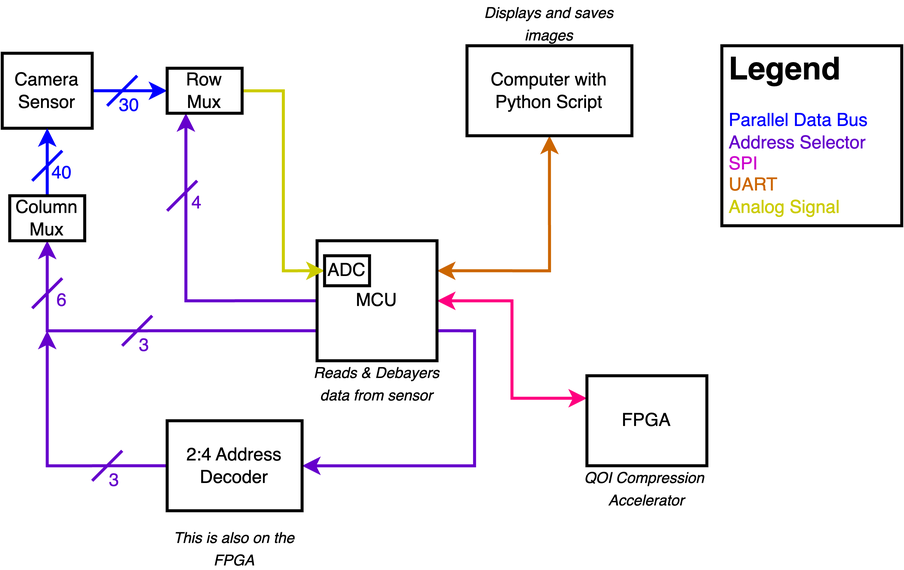
This is docs/assets/diagrams/system.png from kavidey/NeoObscura, a draw.io export, as it was before one commit. Source tidied: cells renumbered, new cells last; positions are measured from the earlier drawing's top-left corner, leaving out a move shared by most shapes. Its diagram source:
```xml
<mxGraphModel>
  <root>
    <mxCell id="0" />
    <mxCell id="1" parent="0" />
    <mxCell id="2" value="4" style="text;html=1;strokeColor=none;fillColor=none;align=center;verticalAlign=middle;whiteSpace=wrap;rounded=0;fontColor=#6600cc;" parent="1" vertex="1">
      <mxGeometry x="100" y="110" width="60" height="50" as="geometry" />
    </mxCell>
    <mxCell id="3" style="edgeStyle=orthogonalEdgeStyle;rounded=0;jettySize=auto;html=1;entryX=0.5;entryY=1;entryDx=0;entryDy=0;exitX=0;exitY=0.75;exitDx=0;exitDy=0;strokeWidth=2;strokeColor=#6600CC;" parent="1" edge="1" source="8" target="14">
      <mxGeometry relative="1" as="geometry" />
    </mxCell>
    <mxCell id="4" style="edgeStyle=orthogonalEdgeStyle;rounded=0;jettySize=auto;html=1;entryX=0.25;entryY=1;entryDx=0;entryDy=0;exitX=0;exitY=0.5;exitDx=0;exitDy=0;strokeWidth=2;strokeColor=#6600CC;" parent="1" edge="1" source="8" target="12">
      <mxGeometry relative="1" as="geometry" />
    </mxCell>
    <mxCell id="5" style="edgeStyle=orthogonalEdgeStyle;rounded=0;jettySize=auto;html=1;entryX=0.5;entryY=1;entryDx=0;entryDy=0;exitX=1;exitY=0.25;exitDx=0;exitDy=0;startArrow=classic;startFill=1;strokeWidth=2;strokeColor=#CC6600;" parent="1" edge="1" source="8" target="15">
      <mxGeometry relative="1" as="geometry" />
    </mxCell>
    <mxCell id="6" style="edgeStyle=orthogonalEdgeStyle;rounded=0;jettySize=auto;html=1;entryX=0;entryY=0.25;entryDx=0;entryDy=0;startArrow=classic;startFill=1;strokeWidth=2;strokeColor=#FF0080;" parent="1" edge="1" source="8" target="16">
      <mxGeometry relative="1" as="geometry" />
    </mxCell>
    <mxCell id="7" style="edgeStyle=orthogonalEdgeStyle;rounded=0;jettySize=auto;html=1;exitX=1;exitY=0.75;exitDx=0;exitDy=0;strokeWidth=2;strokeColor=#6600cc;" parent="1" edge="1" source="8" target="24">
      <mxGeometry relative="1" as="geometry">
        <Array as="points">
          <mxPoint x="315" y="220" />
          <mxPoint x="315" y="310" />
        </Array>
      </mxGeometry>
    </mxCell>
    <mxCell id="8" value="MCU" style="rounded=0;whiteSpace=wrap;html=1;strokeWidth=2;" parent="1" vertex="1">
      <mxGeometry x="210" y="160" width="80" height="80" as="geometry" />
    </mxCell>
    <mxCell id="9" style="edgeStyle=orthogonalEdgeStyle;rounded=0;jettySize=auto;html=1;entryX=0;entryY=0.5;entryDx=0;entryDy=0;strokeColor=#0000FF;strokeWidth=2;" parent="1" edge="1" source="10" target="12">
      <mxGeometry relative="1" as="geometry" />
    </mxCell>
    <mxCell id="10" value="Camera Sensor" style="rounded=0;whiteSpace=wrap;html=1;strokeWidth=2;" parent="1" vertex="1">
      <mxGeometry y="35" width="60" height="50" as="geometry" />
    </mxCell>
    <mxCell id="11" style="edgeStyle=orthogonalEdgeStyle;rounded=0;jettySize=auto;html=1;entryX=0;entryY=0.5;entryDx=0;entryDy=0;strokeWidth=2;strokeColor=#CCCC00;" parent="1" edge="1" source="12" target="17">
      <mxGeometry relative="1" as="geometry" />
    </mxCell>
    <mxCell id="12" value="Row Mux" style="rounded=0;whiteSpace=wrap;html=1;strokeWidth=2;" parent="1" vertex="1">
      <mxGeometry x="110" y="45" width="50" height="30" as="geometry" />
    </mxCell>
    <mxCell id="13" style="edgeStyle=orthogonalEdgeStyle;rounded=0;jettySize=auto;html=1;entryX=0.5;entryY=1;entryDx=0;entryDy=0;strokeColor=#0000FF;strokeWidth=2;" parent="1" edge="1" source="14" target="10">
      <mxGeometry relative="1" as="geometry" />
    </mxCell>
    <mxCell id="14" value="Column Mux" style="rounded=0;whiteSpace=wrap;html=1;strokeWidth=2;" parent="1" vertex="1">
      <mxGeometry x="5" y="130" width="50" height="30" as="geometry" />
    </mxCell>
    <mxCell id="15" value="Computer with Python Script" style="rounded=0;whiteSpace=wrap;html=1;strokeWidth=2;" parent="1" vertex="1">
      <mxGeometry x="310" y="30" width="110" height="60" as="geometry" />
    </mxCell>
    <mxCell id="16" value="FPGA" style="rounded=0;whiteSpace=wrap;html=1;strokeWidth=2;" parent="1" vertex="1">
      <mxGeometry x="390" y="250" width="80" height="60" as="geometry" />
    </mxCell>
    <mxCell id="17" value="ADC" style="rounded=0;whiteSpace=wrap;html=1;strokeWidth=2;" parent="1" vertex="1">
      <mxGeometry x="215" y="170" width="30" height="20" as="geometry" />
    </mxCell>
    <mxCell id="18" style="rounded=0;whiteSpace=wrap;html=1;strokeWidth=2;" parent="1" vertex="1">
      <mxGeometry x="480" y="30" width="120" height="120" as="geometry" />
    </mxCell>
    <mxCell id="19" value="&lt;h1 style=&quot;font-size: 21px;&quot;&gt;&lt;font style=&quot;font-size: 21px;&quot;&gt;Legend&lt;/font&gt;&lt;/h1&gt;&lt;p style=&quot;&quot;&gt;&lt;font color=&quot;#0000ff&quot;&gt;Parallel Data Bus&lt;/font&gt;&lt;br style=&quot;border-color: var(--border-color); color: rgb(0, 0, 255);&quot;&gt;&lt;font color=&quot;#6600cc&quot;&gt;Address Selector&lt;br&gt;&lt;/font&gt;&lt;font color=&quot;#cc00cc&quot;&gt;SPI&lt;/font&gt;&lt;span style=&quot;background-color: initial;&quot;&gt;&lt;br&gt;&lt;font color=&quot;#cc6600&quot;&gt;UART&lt;/font&gt;&lt;/span&gt;&lt;span style=&quot;background-color: initial;&quot;&gt;&lt;br&gt;&lt;font color=&quot;#cccc00&quot;&gt;Analog Signal&lt;/font&gt;&lt;/span&gt;&lt;/p&gt;" style="text;html=1;strokeColor=none;fillColor=none;spacing=5;spacingTop=-20;whiteSpace=wrap;overflow=hidden;rounded=0;" parent="1" vertex="1">
      <mxGeometry x="480" y="30" width="110" height="130" as="geometry" />
    </mxCell>
    <mxCell id="20" value="&lt;i&gt;&lt;font style=&quot;font-size: 10px;&quot;&gt;QOI Compression&amp;nbsp; Accelerator&lt;/font&gt;&lt;/i&gt;" style="text;html=1;strokeColor=none;fillColor=none;align=center;verticalAlign=middle;whiteSpace=wrap;rounded=0;" parent="1" vertex="1">
      <mxGeometry x="385" y="310" width="90" height="30" as="geometry" />
    </mxCell>
    <mxCell id="21" value="&lt;span style=&quot;font-size: 10px;&quot;&gt;&lt;i&gt;Reads &amp;amp; Debayers data from sensor&lt;/i&gt;&lt;/span&gt;" style="text;html=1;strokeColor=none;fillColor=none;align=center;verticalAlign=middle;whiteSpace=wrap;rounded=0;" parent="1" vertex="1">
      <mxGeometry x="205" y="240" width="90" height="30" as="geometry" />
    </mxCell>
    <mxCell id="22" value="&lt;span style=&quot;font-size: 10px;&quot;&gt;&lt;i&gt;Displays and saves images&lt;/i&gt;&lt;/span&gt;" style="text;html=1;strokeColor=none;fillColor=none;align=center;verticalAlign=middle;whiteSpace=wrap;rounded=0;" parent="1" vertex="1">
      <mxGeometry x="310" width="110" height="30" as="geometry" />
    </mxCell>
    <mxCell id="23" style="edgeStyle=orthogonalEdgeStyle;rounded=0;jettySize=auto;html=1;strokeWidth=2;strokeColor=#6600cc;exitX=0;exitY=0.5;exitDx=0;exitDy=0;" parent="1" edge="1" source="24">
      <mxGeometry relative="1" as="geometry">
        <mxPoint x="30" y="220" as="targetPoint" />
        <Array as="points">
          <mxPoint x="30" y="310" />
        </Array>
      </mxGeometry>
    </mxCell>
    <mxCell id="24" value="2:4 Address Decoder" style="rounded=0;whiteSpace=wrap;html=1;strokeWidth=2;" parent="1" vertex="1">
      <mxGeometry x="110" y="280" width="90" height="60" as="geometry" />
    </mxCell>
    <mxCell id="25" value="&lt;span style=&quot;font-size: 10px;&quot;&gt;&lt;i&gt;This is also on the FPGA&lt;/i&gt;&lt;/span&gt;" style="text;html=1;strokeColor=none;fillColor=none;align=center;verticalAlign=middle;whiteSpace=wrap;rounded=0;" parent="1" vertex="1">
      <mxGeometry x="110" y="350" width="90" height="30" as="geometry" />
    </mxCell>
    <mxCell id="26" style="endArrow=none;html=1;rounded=0;strokeColor=#6600cc;strokeWidth=2;" parent="1" edge="1">
      <mxGeometry relative="1" as="geometry">
        <mxPoint x="110" y="140" as="sourcePoint" />
        <mxPoint x="130" y="120" as="targetPoint" />
      </mxGeometry>
    </mxCell>
    <mxCell id="27" value="6" style="text;html=1;strokeColor=none;fillColor=none;align=center;verticalAlign=middle;whiteSpace=wrap;rounded=0;fontColor=#6600cc;" parent="1" vertex="1">
      <mxGeometry x="10" y="175" width="60" height="50" as="geometry" />
    </mxCell>
    <mxCell id="28" style="endArrow=none;html=1;rounded=0;strokeColor=#6600cc;strokeWidth=2;" parent="1" edge="1">
      <mxGeometry relative="1" as="geometry">
        <mxPoint x="20" y="205" as="sourcePoint" />
        <mxPoint x="40" y="185" as="targetPoint" />
      </mxGeometry>
    </mxCell>
    <mxCell id="29" value="3" style="text;html=1;strokeColor=none;fillColor=none;align=center;verticalAlign=middle;whiteSpace=wrap;rounded=0;fontColor=#6600cc;" parent="1" vertex="1">
      <mxGeometry x="70" y="200" width="50" height="60" as="geometry" />
    </mxCell>
    <mxCell id="30" style="endArrow=none;html=1;rounded=0;strokeColor=#6600cc;strokeWidth=2;" parent="1" edge="1">
      <mxGeometry relative="1" as="geometry">
        <mxPoint x="80" y="230" as="sourcePoint" />
        <mxPoint x="100" y="210" as="targetPoint" />
      </mxGeometry>
    </mxCell>
    <mxCell id="31" value="3" style="text;html=1;strokeColor=none;fillColor=none;align=center;verticalAlign=middle;whiteSpace=wrap;rounded=0;fontColor=#6600cc;" parent="1" vertex="1">
      <mxGeometry x="50" y="290" width="50" height="60" as="geometry" />
    </mxCell>
    <mxCell id="32" style="endArrow=none;html=1;rounded=0;strokeColor=#6600cc;strokeWidth=2;" parent="1" edge="1">
      <mxGeometry relative="1" as="geometry">
        <mxPoint x="60" y="320" as="sourcePoint" />
        <mxPoint x="80" y="300" as="targetPoint" />
      </mxGeometry>
    </mxCell>
    <mxCell id="33" value="40" style="text;html=1;strokeColor=none;fillColor=none;align=center;verticalAlign=middle;whiteSpace=wrap;rounded=0;fontColor=#0000ff;" parent="1" vertex="1">
      <mxGeometry x="10" y="90" width="60" height="50" as="geometry" />
    </mxCell>
    <mxCell id="34" style="endArrow=none;html=1;rounded=0;strokeColor=#0000FF;strokeWidth=2;fontColor=#0000FF;" parent="1" edge="1">
      <mxGeometry relative="1" as="geometry">
        <mxPoint x="20" y="120" as="sourcePoint" />
        <mxPoint x="40" y="100" as="targetPoint" />
      </mxGeometry>
    </mxCell>
    <mxCell id="35" value="30" style="text;html=1;strokeColor=none;fillColor=none;align=center;verticalAlign=middle;whiteSpace=wrap;rounded=0;fontColor=#0000ff;" parent="1" vertex="1">
      <mxGeometry x="60" y="40" width="50" height="60" as="geometry" />
    </mxCell>
    <mxCell id="36" style="endArrow=none;html=1;rounded=0;strokeColor=#0000FF;strokeWidth=2;fontColor=#0000FF;" parent="1" edge="1">
      <mxGeometry relative="1" as="geometry">
        <mxPoint x="70" y="70" as="sourcePoint" />
        <mxPoint x="90" y="50" as="targetPoint" />
      </mxGeometry>
    </mxCell>
  </root>
</mxGraphModel>
```
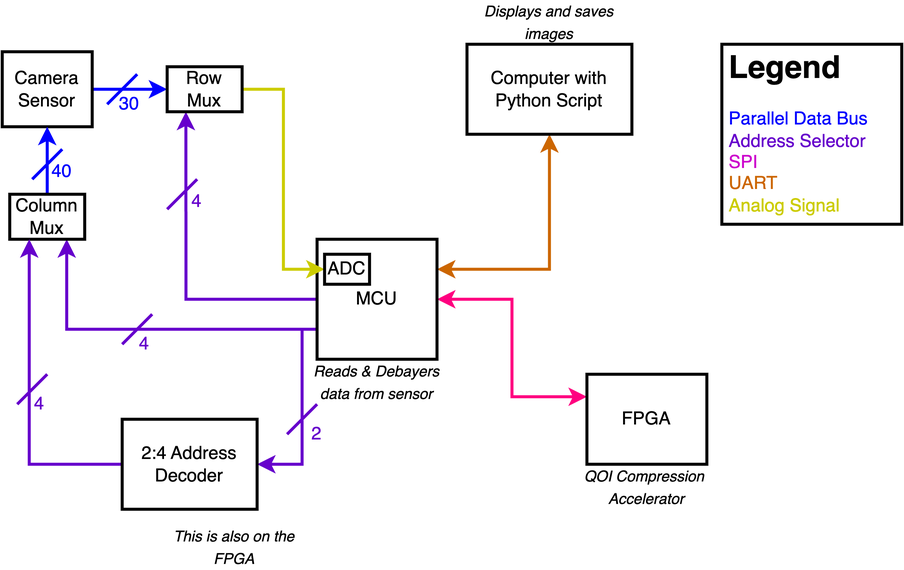
Later version of the same file.

What changed in the source:
```diff
@@ -5,8 +5,13 @@
     <mxCell id="2" value="4" style="text;html=1;strokeColor=none;fillColor=none;align=center;verticalAlign=middle;whiteSpace=wrap;rounded=0;fontColor=#6600cc;" parent="1" vertex="1">
       <mxGeometry x="100" y="110" width="60" height="50" as="geometry" />
     </mxCell>
-    <mxCell id="3" style="edgeStyle=orthogonalEdgeStyle;rounded=0;jettySize=auto;html=1;entryX=0.5;entryY=1;entryDx=0;entryDy=0;exitX=0;exitY=0.75;exitDx=0;exitDy=0;strokeWidth=2;strokeColor=#6600CC;" parent="1" edge="1" source="8" target="14">
-      <mxGeometry relative="1" as="geometry" />
+    <mxCell id="3" style="edgeStyle=orthogonalEdgeStyle;rounded=0;jettySize=auto;html=1;entryX=0.75;entryY=1;entryDx=0;entryDy=0;exitX=0;exitY=0.75;exitDx=0;exitDy=0;strokeWidth=2;strokeColor=#6600CC;" parent="1" edge="1" source="8" target="14">
+      <mxGeometry relative="1" as="geometry">
+        <Array as="points">
+          <mxPoint x="43" y="220" />
+          <mxPoint x="43" y="160" />
+        </Array>
+      </mxGeometry>
     </mxCell>
     <mxCell id="4" style="edgeStyle=orthogonalEdgeStyle;rounded=0;jettySize=auto;html=1;entryX=0.25;entryY=1;entryDx=0;entryDy=0;exitX=0;exitY=0.5;exitDx=0;exitDy=0;strokeWidth=2;strokeColor=#6600CC;" parent="1" edge="1" source="8" target="12">
       <mxGeometry relative="1" as="geometry" />
@@ -17,11 +22,11 @@
     <mxCell id="6" style="edgeStyle=orthogonalEdgeStyle;rounded=0;jettySize=auto;html=1;entryX=0;entryY=0.25;entryDx=0;entryDy=0;startArrow=classic;startFill=1;strokeWidth=2;strokeColor=#FF0080;" parent="1" edge="1" source="8" target="16">
       <mxGeometry relative="1" as="geometry" />
     </mxCell>
-    <mxCell id="7" style="edgeStyle=orthogonalEdgeStyle;rounded=0;jettySize=auto;html=1;exitX=1;exitY=0.75;exitDx=0;exitDy=0;strokeWidth=2;strokeColor=#6600cc;" parent="1" edge="1" source="8" target="24">
+    <mxCell id="7" style="edgeStyle=orthogonalEdgeStyle;rounded=0;jettySize=auto;html=1;exitX=0;exitY=0.75;exitDx=0;exitDy=0;strokeWidth=2;strokeColor=#6600cc;" parent="1" edge="1" source="8" target="24">
       <mxGeometry relative="1" as="geometry">
         <Array as="points">
-          <mxPoint x="315" y="220" />
-          <mxPoint x="315" y="310" />
+          <mxPoint x="200" y="220" />
+          <mxPoint x="200" y="310" />
         </Array>
       </mxGeometry>
     </mxCell>
@@ -70,16 +75,16 @@
     <mxCell id="22" value="&lt;span style=&quot;font-size: 10px;&quot;&gt;&lt;i&gt;Displays and saves images&lt;/i&gt;&lt;/span&gt;" style="text;html=1;strokeColor=none;fillColor=none;align=center;verticalAlign=middle;whiteSpace=wrap;rounded=0;" parent="1" vertex="1">
       <mxGeometry x="310" width="110" height="30" as="geometry" />
     </mxCell>
-    <mxCell id="23" style="edgeStyle=orthogonalEdgeStyle;rounded=0;jettySize=auto;html=1;strokeWidth=2;strokeColor=#6600cc;exitX=0;exitY=0.5;exitDx=0;exitDy=0;" parent="1" edge="1" source="24">
+    <mxCell id="23" style="edgeStyle=orthogonalEdgeStyle;rounded=0;jettySize=auto;html=1;strokeWidth=2;strokeColor=#6600cc;exitX=0;exitY=0.5;exitDx=0;exitDy=0;entryX=0.25;entryY=1;entryDx=0;entryDy=0;" parent="1" edge="1" source="24" target="14">
       <mxGeometry relative="1" as="geometry">
-        <mxPoint x="30" y="220" as="targetPoint" />
         <Array as="points">
-          <mxPoint x="30" y="310" />
+          <mxPoint x="18" y="310" />
+          <mxPoint x="18" y="160" />
         </Array>
       </mxGeometry>
     </mxCell>
     <mxCell id="24" value="2:4 Address Decoder" style="rounded=0;whiteSpace=wrap;html=1;strokeWidth=2;" parent="1" vertex="1">
-      <mxGeometry x="110" y="280" width="90" height="60" as="geometry" />
+      <mxGeometry x="80" y="280" width="90" height="60" as="geometry" />
     </mxCell>
     <mxCell id="25" value="&lt;span style=&quot;font-size: 10px;&quot;&gt;&lt;i&gt;This is also on the FPGA&lt;/i&gt;&lt;/span&gt;" style="text;html=1;strokeColor=none;fillColor=none;align=center;verticalAlign=middle;whiteSpace=wrap;rounded=0;" parent="1" vertex="1">
       <mxGeometry x="110" y="350" width="90" height="30" as="geometry" />
@@ -90,16 +95,7 @@
         <mxPoint x="130" y="120" as="targetPoint" />
       </mxGeometry>
     </mxCell>
-    <mxCell id="27" value="6" style="text;html=1;strokeColor=none;fillColor=none;align=center;verticalAlign=middle;whiteSpace=wrap;rounded=0;fontColor=#6600cc;" parent="1" vertex="1">
-      <mxGeometry x="10" y="175" width="60" height="50" as="geometry" />
-    </mxCell>
-    <mxCell id="28" style="endArrow=none;html=1;rounded=0;strokeColor=#6600cc;strokeWidth=2;" parent="1" edge="1">
-      <mxGeometry relative="1" as="geometry">
-        <mxPoint x="20" y="205" as="sourcePoint" />
-        <mxPoint x="40" y="185" as="targetPoint" />
-      </mxGeometry>
-    </mxCell>
-    <mxCell id="29" value="3" style="text;html=1;strokeColor=none;fillColor=none;align=center;verticalAlign=middle;whiteSpace=wrap;rounded=0;fontColor=#6600cc;" parent="1" vertex="1">
+    <mxCell id="29" value="4" style="text;html=1;strokeColor=none;fillColor=none;align=center;verticalAlign=middle;whiteSpace=wrap;rounded=0;fontColor=#6600cc;" parent="1" vertex="1">
       <mxGeometry x="70" y="200" width="50" height="60" as="geometry" />
     </mxCell>
     <mxCell id="30" style="endArrow=none;html=1;rounded=0;strokeColor=#6600cc;strokeWidth=2;" parent="1" edge="1">
@@ -108,13 +104,13 @@
         <mxPoint x="100" y="210" as="targetPoint" />
       </mxGeometry>
     </mxCell>
-    <mxCell id="31" value="3" style="text;html=1;strokeColor=none;fillColor=none;align=center;verticalAlign=middle;whiteSpace=wrap;rounded=0;fontColor=#6600cc;" parent="1" vertex="1">
-      <mxGeometry x="50" y="290" width="50" height="60" as="geometry" />
+    <mxCell id="31" value="4" style="text;html=1;strokeColor=none;fillColor=none;align=center;verticalAlign=middle;whiteSpace=wrap;rounded=0;fontColor=#6600cc;" parent="1" vertex="1">
+      <mxGeometry y="240" width="50" height="60" as="geometry" />
     </mxCell>
     <mxCell id="32" style="endArrow=none;html=1;rounded=0;strokeColor=#6600cc;strokeWidth=2;" parent="1" edge="1">
       <mxGeometry relative="1" as="geometry">
-        <mxPoint x="60" y="320" as="sourcePoint" />
-        <mxPoint x="80" y="300" as="targetPoint" />
+        <mxPoint x="10" y="270" as="sourcePoint" />
+        <mxPoint x="30" y="250" as="targetPoint" />
       </mxGeometry>
     </mxCell>
     <mxCell id="33" value="40" style="text;html=1;strokeColor=none;fillColor=none;align=center;verticalAlign=middle;whiteSpace=wrap;rounded=0;fontColor=#0000ff;" parent="1" vertex="1">
@@ -135,5 +131,14 @@
         <mxPoint x="90" y="50" as="targetPoint" />
       </mxGeometry>
     </mxCell>
+    <mxCell id="37" value="2" style="text;html=1;strokeColor=none;fillColor=none;align=center;verticalAlign=middle;whiteSpace=wrap;rounded=0;fontColor=#6600cc;" parent="1" vertex="1">
+      <mxGeometry x="180" y="260" width="60" height="60" as="geometry" />
+    </mxCell>
+    <mxCell id="38" style="endArrow=none;html=1;rounded=0;strokeColor=#6600cc;strokeWidth=2;" parent="1" edge="1">
+      <mxGeometry relative="1" as="geometry">
+        <mxPoint x="190" y="290" as="sourcePoint" />
+        <mxPoint x="210" y="270" as="targetPoint" />
+      </mxGeometry>
+    </mxCell>
   </root>
 </mxGraphModel>
```
